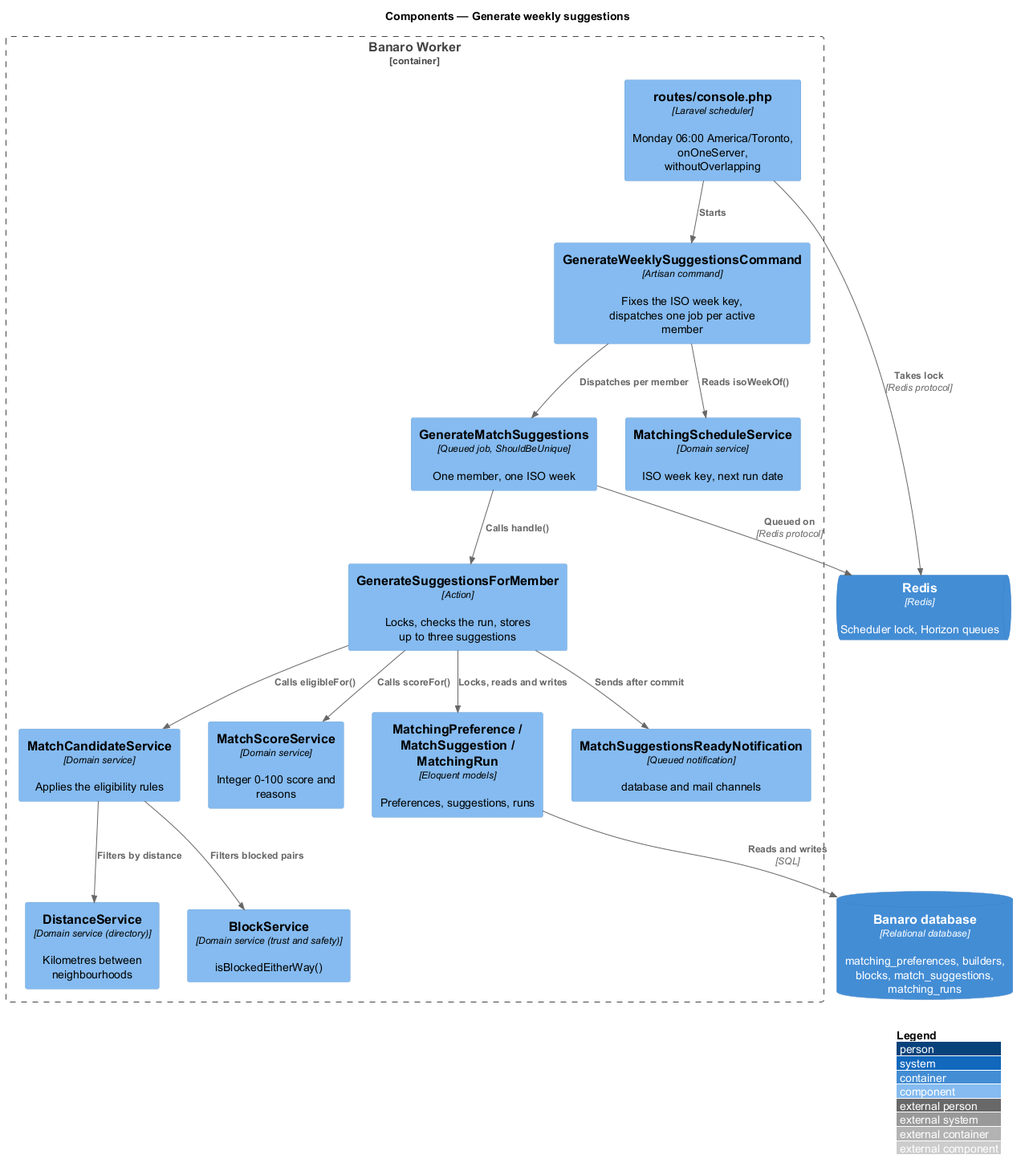
The PlantUML diagram docs/detailed-designs/matching/generate-weekly-suggestions/diagrams/c4-component.png in QuinntyneBrown/banaro, before a commit. The source it was exported from:
```plantuml
@startuml
!include <C4/C4_Component>
LAYOUT_WITH_LEGEND()
title Components — Generate weekly suggestions

ContainerDb(db, "Banaro database", "Relational database", "matching_preferences, builders, blocks, match_suggestions, matching_runs")
ContainerQueue(redis, "Redis", "Redis", "Scheduler lock, Horizon queues")

Container_Boundary(worker, "Banaro Worker") {
  Component(schedule, "routes/console.php", "Laravel scheduler", "Monday 06:00 America/Toronto, onOneServer, withoutOverlapping")
  Component(cmd, "GenerateWeeklySuggestionsCommand", "Artisan command", "Fixes the ISO week key, dispatches one job per active member")
  Component(job, "GenerateMatchSuggestions", "Queued job, ShouldBeUnique", "One member, one ISO week")
  Component(action, "GenerateSuggestionsForMember", "Action", "Locks, checks the run, stores up to three suggestions")
  Component(cal, "MatchingScheduleService", "Domain service", "ISO week key, next run date")
  Component(candidates, "MatchCandidateService", "Domain service", "Applies the eligibility rules")
  Component(score, "MatchScoreService", "Domain service", "Integer 0-100 score and reasons")
  Component(distance, "DistanceService", "Domain service (directory)", "Kilometres between neighbourhoods")
  Component(block, "BlockService", "Domain service (trust and safety)", "isBlockedEitherWay()")
  Component(models, "MatchingPreference / MatchSuggestion / MatchingRun", "Eloquent models", "Preferences, suggestions, runs")
  Component(notify, "MatchSuggestionsReadyNotification", "Queued notification", "database and mail channels")
}

Rel(schedule, cmd, "Starts")
Rel(schedule, redis, "Takes lock", "Redis protocol")
Rel(cmd, cal, "Reads isoWeekOf()")
Rel(cmd, job, "Dispatches per member")
Rel(job, redis, "Queued on", "Redis protocol")
Rel(job, action, "Calls handle()")
Rel(action, candidates, "Calls eligibleFor()")
Rel(candidates, distance, "Filters by distance")
Rel(candidates, block, "Filters blocked pairs")
Rel(action, score, "Calls scoreFor()")
Rel(action, models, "Locks, reads and writes")
Rel(action, notify, "Sends after commit")
Rel(models, db, "Reads and writes", "SQL")
@enduml
```
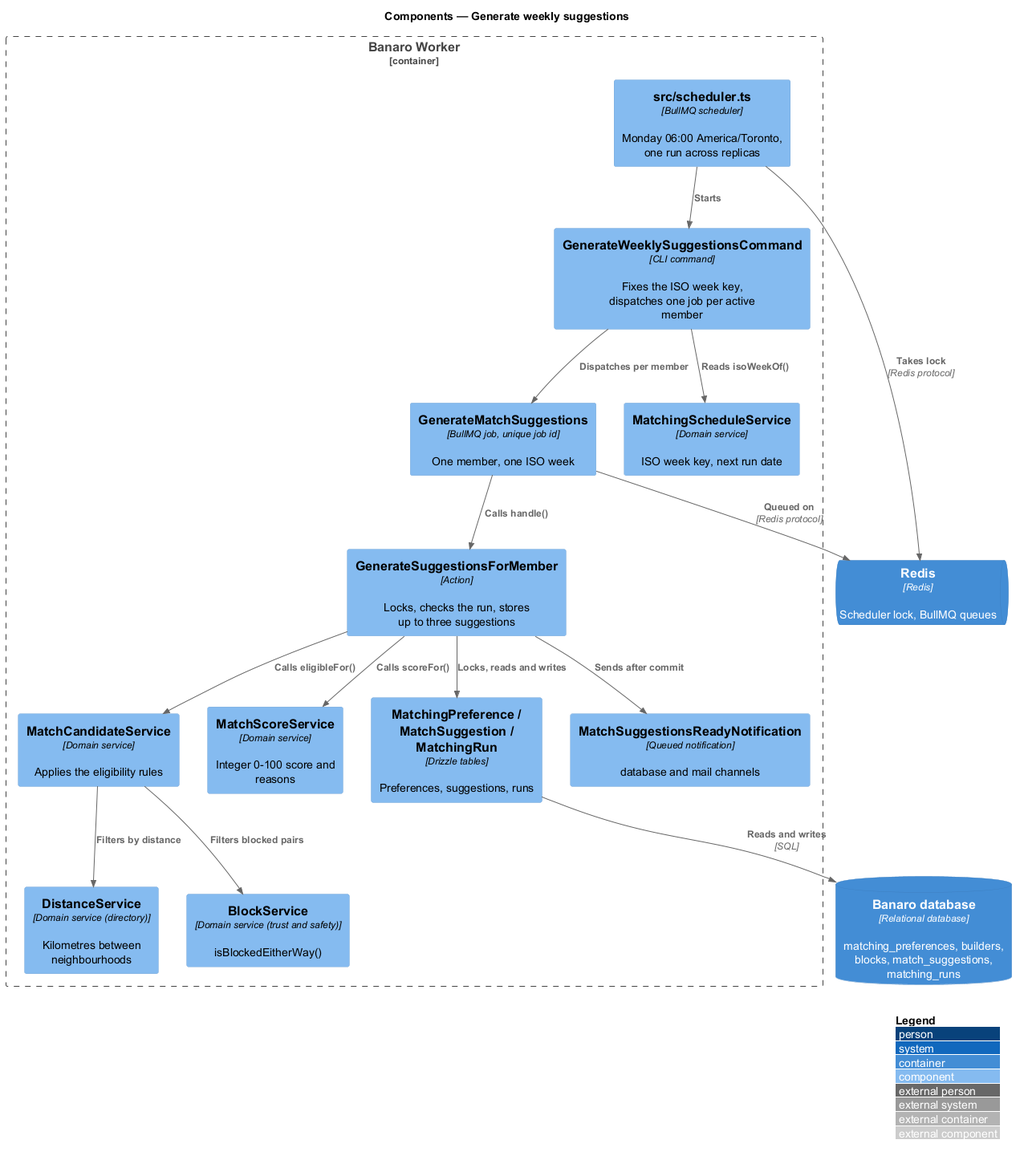
After the change.

Diff of the diagram source:
```diff
@@ -4,19 +4,19 @@
 title Components — Generate weekly suggestions
 
 ContainerDb(db, "Banaro database", "Relational database", "matching_preferences, builders, blocks, match_suggestions, matching_runs")
-ContainerQueue(redis, "Redis", "Redis", "Scheduler lock, Horizon queues")
+ContainerQueue(redis, "Redis", "Redis", "Scheduler lock, BullMQ queues")
 
 Container_Boundary(worker, "Banaro Worker") {
-  Component(schedule, "routes/console.php", "Laravel scheduler", "Monday 06:00 America/Toronto, onOneServer, withoutOverlapping")
-  Component(cmd, "GenerateWeeklySuggestionsCommand", "Artisan command", "Fixes the ISO week key, dispatches one job per active member")
-  Component(job, "GenerateMatchSuggestions", "Queued job, ShouldBeUnique", "One member, one ISO week")
+  Component(schedule, "src/scheduler.ts", "BullMQ scheduler", "Monday 06:00 America/Toronto, one run across replicas")
+  Component(cmd, "GenerateWeeklySuggestionsCommand", "CLI command", "Fixes the ISO week key, dispatches one job per active member")
+  Component(job, "GenerateMatchSuggestions", "BullMQ job, unique job id", "One member, one ISO week")
   Component(action, "GenerateSuggestionsForMember", "Action", "Locks, checks the run, stores up to three suggestions")
   Component(cal, "MatchingScheduleService", "Domain service", "ISO week key, next run date")
   Component(candidates, "MatchCandidateService", "Domain service", "Applies the eligibility rules")
   Component(score, "MatchScoreService", "Domain service", "Integer 0-100 score and reasons")
   Component(distance, "DistanceService", "Domain service (directory)", "Kilometres between neighbourhoods")
   Component(block, "BlockService", "Domain service (trust and safety)", "isBlockedEitherWay()")
-  Component(models, "MatchingPreference / MatchSuggestion / MatchingRun", "Eloquent models", "Preferences, suggestions, runs")
+  Component(models, "MatchingPreference / MatchSuggestion / MatchingRun", "Drizzle tables", "Preferences, suggestions, runs")
   Component(notify, "MatchSuggestionsReadyNotification", "Queued notification", "database and mail channels")
 }
 
```
